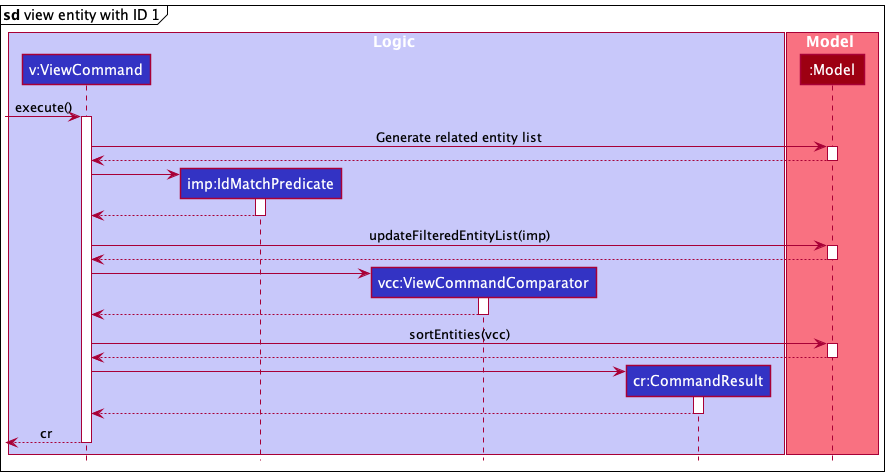
nus-cs2103-AY2021S2/tp keeps this PlantUML diagram as docs/images/ViewSequenceDiagramSpecific.png. Above is the earlier version.
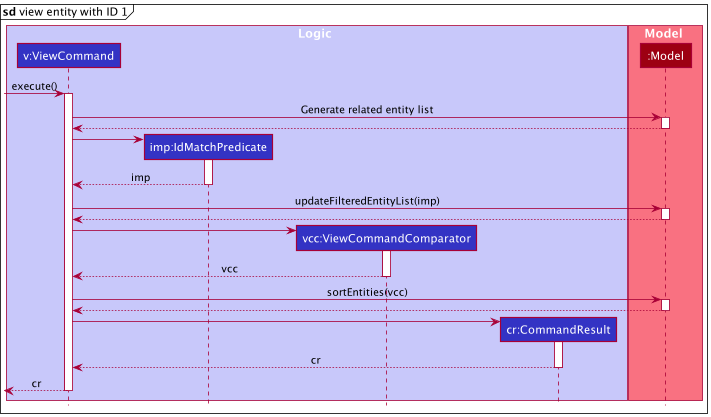
Later version of the same file.

Diff of the diagram source:
```diff
@@ -26,7 +26,7 @@
 create IdMatchPredicate
 ViewCommand -> IdMatchPredicate
 activate IdMatchPredicate
-IdMatchPredicate --> ViewCommand
+IdMatchPredicate --> ViewCommand : imp
 deactivate IdMatchPredicate
 
 ViewCommand -> Model : updateFilteredEntityList(imp)
@@ -37,7 +37,7 @@
 create ViewCommandComparator
 ViewCommand -> ViewCommandComparator
 activate ViewCommandComparator
-ViewCommandComparator --> ViewCommand
+ViewCommandComparator --> ViewCommand : vcc
 deactivate ViewCommandComparator
 
 ViewCommand -> Model : sortEntities(vcc)
@@ -48,7 +48,7 @@
 create CommandResult
 ViewCommand -> CommandResult
 activate CommandResult
-CommandResult --> ViewCommand
+CommandResult --> ViewCommand : cr
 deactivate CommandResult
 
 [<-- ViewCommand : cr
```
